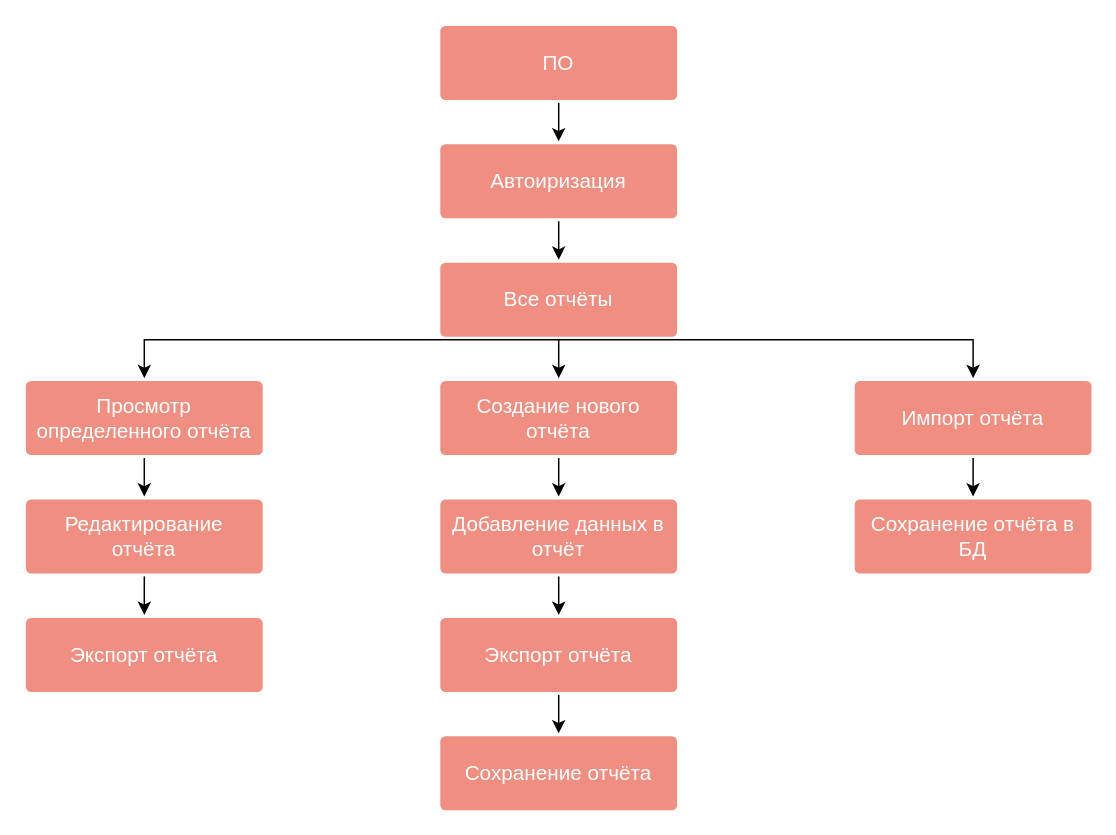
Before: Untitled Diagram.drawio in Exicetin/RpS, a draw.io diagram. Source tidied: cells renumbered, new cells numbered last; positions are measured from the earlier drawing's top-left corner, leaving out a move shared by most shapes. Both pictures are drawn from the tidied source at 148%, with x=0, y=0 at pixel (25, 25).
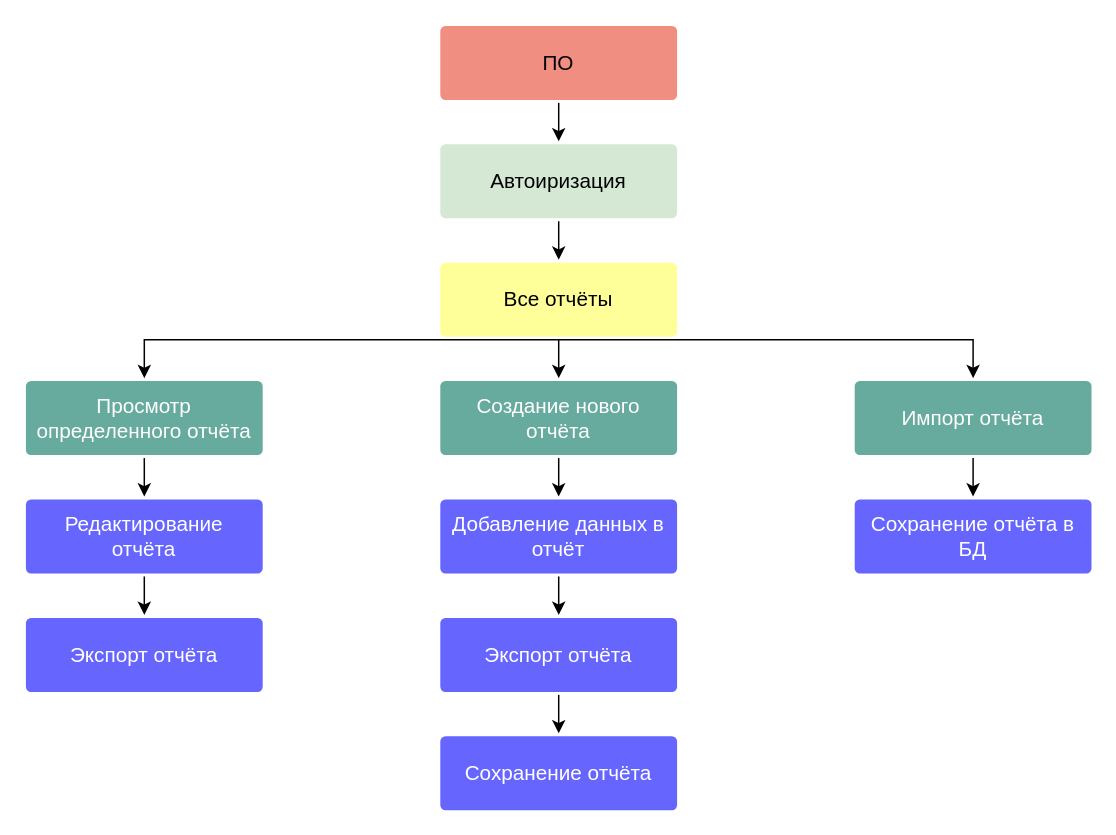
Above is the later version.

Diff of the diagram source:
```diff
@@
-    <mxCell id="3" value="ПО" style="rounded=1;whiteSpace=wrap;html=1;shadow=0;labelBackgroundColor=none;strokeColor=none;strokeWidth=3;fillColor=#f08e81;fontFamily=Helvetica;fontSize=14;fontColor=#FFFFFF;align=center;spacing=5;fontStyle=0;arcSize=7;perimeterSpacing=2;" parent="1" vertex="1">
+    <mxCell id="3" value="&lt;font color=&quot;#000000&quot;&gt;ПО&lt;/font&gt;" style="rounded=1;whiteSpace=wrap;html=1;shadow=0;labelBackgroundColor=none;strokeColor=none;strokeWidth=3;fillColor=#f08e81;fontFamily=Helvetica;fontSize=14;fontColor=#FFFFFF;align=center;spacing=5;fontStyle=0;arcSize=7;perimeterSpacing=2;" parent="1" vertex="1">
       <mxGeometry x="280" width="160" height="50" as="geometry" />
     </mxCell>
@@
-    <mxCell id="5" value="Просмотр определенного отчёта" style="rounded=1;whiteSpace=wrap;html=1;shadow=0;labelBackgroundColor=none;strokeColor=none;strokeWidth=3;fillColor=#f08e81;fontFamily=Helvetica;fontSize=14;fontColor=#FFFFFF;align=center;spacing=5;fontStyle=0;arcSize=7;perimeterSpacing=2;" parent="1" vertex="1">
+    <mxCell id="5" value="Просмотр определенного отчёта" style="rounded=1;whiteSpace=wrap;html=1;shadow=0;labelBackgroundColor=none;strokeColor=none;strokeWidth=3;fillColor=#67AB9F;fontFamily=Helvetica;fontSize=14;fontColor=#FFFFFF;align=center;spacing=5;fontStyle=0;arcSize=7;perimeterSpacing=2;" parent="1" vertex="1">
       <mxGeometry y="240" width="160" height="50" as="geometry" />
     </mxCell>
@@
-    <mxCell id="7" value="Автоиризация" style="rounded=1;whiteSpace=wrap;html=1;shadow=0;labelBackgroundColor=none;strokeColor=none;strokeWidth=3;fillColor=#f08e81;fontFamily=Helvetica;fontSize=14;fontColor=#FFFFFF;align=center;spacing=5;fontStyle=0;arcSize=7;perimeterSpacing=2;" parent="1" vertex="1">
+    <mxCell id="7" value="&lt;font color=&quot;#000000&quot;&gt;Автоиризация&lt;/font&gt;" style="rounded=1;whiteSpace=wrap;html=1;shadow=0;labelBackgroundColor=none;strokeColor=none;strokeWidth=3;fillColor=#D5E8D4;fontFamily=Helvetica;fontSize=14;fontColor=#FFFFFF;align=center;spacing=5;fontStyle=0;arcSize=7;perimeterSpacing=2;" parent="1" vertex="1">
       <mxGeometry x="280" y="80" width="160" height="50" as="geometry" />
     </mxCell>
-    <mxCell id="8" style="edgeStyle=orthogonalEdgeStyle;rounded=0;jettySize=auto;html=1;exitX=0.5;exitY=1;exitDx=0;exitDy=0;" parent="1" edge="1" source="11" target="15">
+    <mxCell id="8" style="edgeStyle=orthogonalEdgeStyle;rounded=0;jettySize=auto;html=1;exitX=0.5;exitY=1;exitDx=0;exitDy=0;fillColor=#67AB9F;" parent="1" edge="1" source="11" target="15">
       <mxGeometry relative="1" as="geometry" />
     </mxCell>
-    <mxCell id="9" style="edgeStyle=orthogonalEdgeStyle;rounded=0;jettySize=auto;html=1;exitX=0.5;exitY=1;exitDx=0;exitDy=0;entryX=0.5;entryY=0;entryDx=0;entryDy=0;" parent="1" edge="1" source="11" target="5">
+    <mxCell id="9" style="edgeStyle=orthogonalEdgeStyle;rounded=0;jettySize=auto;html=1;exitX=0.5;exitY=1;exitDx=0;exitDy=0;entryX=0.5;entryY=0;entryDx=0;entryDy=0;fillColor=#67AB9F;" parent="1" edge="1" source="11" target="5">
       <mxGeometry relative="1" as="geometry" />
     </mxCell>
-    <mxCell id="10" style="edgeStyle=orthogonalEdgeStyle;rounded=0;jettySize=auto;html=1;exitX=0.5;exitY=1;exitDx=0;exitDy=0;entryX=0.5;entryY=0;entryDx=0;entryDy=0;" parent="1" edge="1" source="11" target="13">
+    <mxCell id="10" style="edgeStyle=orthogonalEdgeStyle;rounded=0;jettySize=auto;html=1;exitX=0.5;exitY=1;exitDx=0;exitDy=0;entryX=0.5;entryY=0;entryDx=0;entryDy=0;fillColor=#67AB9F;" parent="1" edge="1" source="11" target="13">
       <mxGeometry relative="1" as="geometry" />
     </mxCell>
-    <mxCell id="11" value="Все отчёты" style="rounded=1;whiteSpace=wrap;html=1;shadow=0;labelBackgroundColor=none;strokeColor=none;strokeWidth=3;fillColor=#f08e81;fontFamily=Helvetica;fontSize=14;fontColor=#FFFFFF;align=center;spacing=5;fontStyle=0;arcSize=7;perimeterSpacing=2;" parent="1" vertex="1">
+    <mxCell id="11" value="&lt;font color=&quot;#000000&quot;&gt;Все отчёты&lt;/font&gt;" style="rounded=1;whiteSpace=wrap;html=1;shadow=0;labelBackgroundColor=none;strokeColor=none;strokeWidth=3;fillColor=#FFFF99;fontFamily=Helvetica;fontSize=14;fontColor=#FFFFFF;align=center;spacing=5;fontStyle=0;arcSize=7;perimeterSpacing=2;" parent="1" vertex="1">
       <mxGeometry x="280" y="160" width="160" height="50" as="geometry" />
     </mxCell>
@@
-    <mxCell id="13" value="Импорт отчёта" style="rounded=1;whiteSpace=wrap;html=1;shadow=0;labelBackgroundColor=none;strokeColor=none;strokeWidth=3;fillColor=#f08e81;fontFamily=Helvetica;fontSize=14;fontColor=#FFFFFF;align=center;spacing=5;fontStyle=0;arcSize=7;perimeterSpacing=2;" parent="1" vertex="1">
+    <mxCell id="13" value="Импорт отчёта" style="rounded=1;whiteSpace=wrap;html=1;shadow=0;labelBackgroundColor=none;strokeColor=none;strokeWidth=3;fillColor=#67AB9F;fontFamily=Helvetica;fontSize=14;fontColor=#FFFFFF;align=center;spacing=5;fontStyle=0;arcSize=7;perimeterSpacing=2;" parent="1" vertex="1">
       <mxGeometry x="560" y="240" width="160" height="50" as="geometry" />
     </mxCell>
@@
-    <mxCell id="15" value="Создание нового отчёта" style="rounded=1;whiteSpace=wrap;html=1;shadow=0;labelBackgroundColor=none;strokeColor=none;strokeWidth=3;fillColor=#f08e81;fontFamily=Helvetica;fontSize=14;fontColor=#FFFFFF;align=center;spacing=5;fontStyle=0;arcSize=7;perimeterSpacing=2;" parent="1" vertex="1">
+    <mxCell id="15" value="Создание нового отчёта" style="rounded=1;whiteSpace=wrap;html=1;shadow=0;labelBackgroundColor=none;strokeColor=none;strokeWidth=3;fillColor=#67AB9F;fontFamily=Helvetica;fontSize=14;fontColor=#FFFFFF;align=center;spacing=5;fontStyle=0;arcSize=7;perimeterSpacing=2;" parent="1" vertex="1">
       <mxGeometry x="280" y="240" width="160" height="50" as="geometry" />
     </mxCell>
@@
-    <mxCell id="17" value="Редактирование отчёта" style="rounded=1;whiteSpace=wrap;html=1;shadow=0;labelBackgroundColor=none;strokeColor=none;strokeWidth=3;fillColor=#f08e81;fontFamily=Helvetica;fontSize=14;fontColor=#FFFFFF;align=center;spacing=5;fontStyle=0;arcSize=7;perimeterSpacing=2;" parent="1" vertex="1">
+    <mxCell id="17" value="Редактирование отчёта" style="rounded=1;whiteSpace=wrap;html=1;shadow=0;labelBackgroundColor=none;strokeColor=none;strokeWidth=3;fillColor=#6666FF;fontFamily=Helvetica;fontSize=14;fontColor=#FFFFFF;align=center;spacing=5;fontStyle=0;arcSize=7;perimeterSpacing=2;" parent="1" vertex="1">
       <mxGeometry y="320" width="160" height="50" as="geometry" />
     </mxCell>
-    <mxCell id="18" value="Экспорт отчёта" style="rounded=1;whiteSpace=wrap;html=1;shadow=0;labelBackgroundColor=none;strokeColor=none;strokeWidth=3;fillColor=#f08e81;fontFamily=Helvetica;fontSize=14;fontColor=#FFFFFF;align=center;spacing=5;fontStyle=0;arcSize=7;perimeterSpacing=2;" parent="1" vertex="1">
+    <mxCell id="18" value="Экспорт отчёта" style="rounded=1;whiteSpace=wrap;html=1;shadow=0;labelBackgroundColor=none;strokeColor=none;strokeWidth=3;fillColor=#6666FF;fontFamily=Helvetica;fontSize=14;fontColor=#FFFFFF;align=center;spacing=5;fontStyle=0;arcSize=7;perimeterSpacing=2;" parent="1" vertex="1">
       <mxGeometry y="400" width="160" height="50" as="geometry" />
     </mxCell>
@@
-    <mxCell id="20" value="Добавление данных в отчёт" style="rounded=1;whiteSpace=wrap;html=1;shadow=0;labelBackgroundColor=none;strokeColor=none;strokeWidth=3;fillColor=#f08e81;fontFamily=Helvetica;fontSize=14;fontColor=#FFFFFF;align=center;spacing=5;fontStyle=0;arcSize=7;perimeterSpacing=2;" parent="1" vertex="1">
+    <mxCell id="20" value="Добавление данных в отчёт" style="rounded=1;whiteSpace=wrap;html=1;shadow=0;labelBackgroundColor=none;strokeColor=none;strokeWidth=3;fillColor=#6666FF;fontFamily=Helvetica;fontSize=14;fontColor=#FFFFFF;align=center;spacing=5;fontStyle=0;arcSize=7;perimeterSpacing=2;" parent="1" vertex="1">
       <mxGeometry x="280" y="320" width="160" height="50" as="geometry" />
     </mxCell>
-    <mxCell id="21" style="edgeStyle=orthogonalEdgeStyle;rounded=0;jettySize=auto;html=1;exitX=0.5;exitY=1;exitDx=0;exitDy=0;entryX=0.5;entryY=0;entryDx=0;entryDy=0;" parent="1" edge="1" source="22" target="23">
+    <mxCell id="21" style="edgeStyle=orthogonalEdgeStyle;rounded=0;jettySize=auto;html=1;exitX=0.5;exitY=1;exitDx=0;exitDy=0;entryX=0.5;entryY=0;entryDx=0;entryDy=0;fillColor=#6666FF;" parent="1" edge="1" source="22" target="23">
       <mxGeometry relative="1" as="geometry" />
     </mxCell>
-    <mxCell id="22" value="Экспорт отчёта" style="rounded=1;whiteSpace=wrap;html=1;shadow=0;labelBackgroundColor=none;strokeColor=none;strokeWidth=3;fillColor=#f08e81;fontFamily=Helvetica;fontSize=14;fontColor=#FFFFFF;align=center;spacing=5;fontStyle=0;arcSize=7;perimeterSpacing=2;" parent="1" vertex="1">
+    <mxCell id="22" value="Экспорт отчёта" style="rounded=1;whiteSpace=wrap;html=1;shadow=0;labelBackgroundColor=none;strokeColor=none;strokeWidth=3;fillColor=#6666FF;fontFamily=Helvetica;fontSize=14;fontColor=#FFFFFF;align=center;spacing=5;fontStyle=0;arcSize=7;perimeterSpacing=2;" parent="1" vertex="1">
       <mxGeometry x="280" y="400" width="160" height="50" as="geometry" />
     </mxCell>
-    <mxCell id="23" value="Сохранение отчёта" style="rounded=1;whiteSpace=wrap;html=1;shadow=0;labelBackgroundColor=none;strokeColor=none;strokeWidth=3;fillColor=#f08e81;fontFamily=Helvetica;fontSize=14;fontColor=#FFFFFF;align=center;spacing=5;fontStyle=0;arcSize=7;perimeterSpacing=2;" parent="1" vertex="1">
+    <mxCell id="23" value="Сохранение отчёта" style="rounded=1;whiteSpace=wrap;html=1;shadow=0;labelBackgroundColor=none;strokeColor=none;strokeWidth=3;fillColor=#6666FF;fontFamily=Helvetica;fontSize=14;fontColor=#FFFFFF;align=center;spacing=5;fontStyle=0;arcSize=7;perimeterSpacing=2;" parent="1" vertex="1">
       <mxGeometry x="280" y="480" width="160" height="50" as="geometry" />
     </mxCell>
-    <mxCell id="24" value="Сохранение отчёта в БД" style="rounded=1;whiteSpace=wrap;html=1;shadow=0;labelBackgroundColor=none;strokeColor=none;strokeWidth=3;fillColor=#f08e81;fontFamily=Helvetica;fontSize=14;fontColor=#FFFFFF;align=center;spacing=5;fontStyle=0;arcSize=7;perimeterSpacing=2;" parent="1" vertex="1">
+    <mxCell id="24" value="Сохранение отчёта в БД" style="rounded=1;whiteSpace=wrap;html=1;shadow=0;labelBackgroundColor=none;strokeColor=none;strokeWidth=3;fillColor=#6666FF;fontFamily=Helvetica;fontSize=14;fontColor=#FFFFFF;align=center;spacing=5;fontStyle=0;arcSize=7;perimeterSpacing=2;" parent="1" vertex="1">
       <mxGeometry x="560" y="320" width="160" height="50" as="geometry" />
     </mxCell>
```
